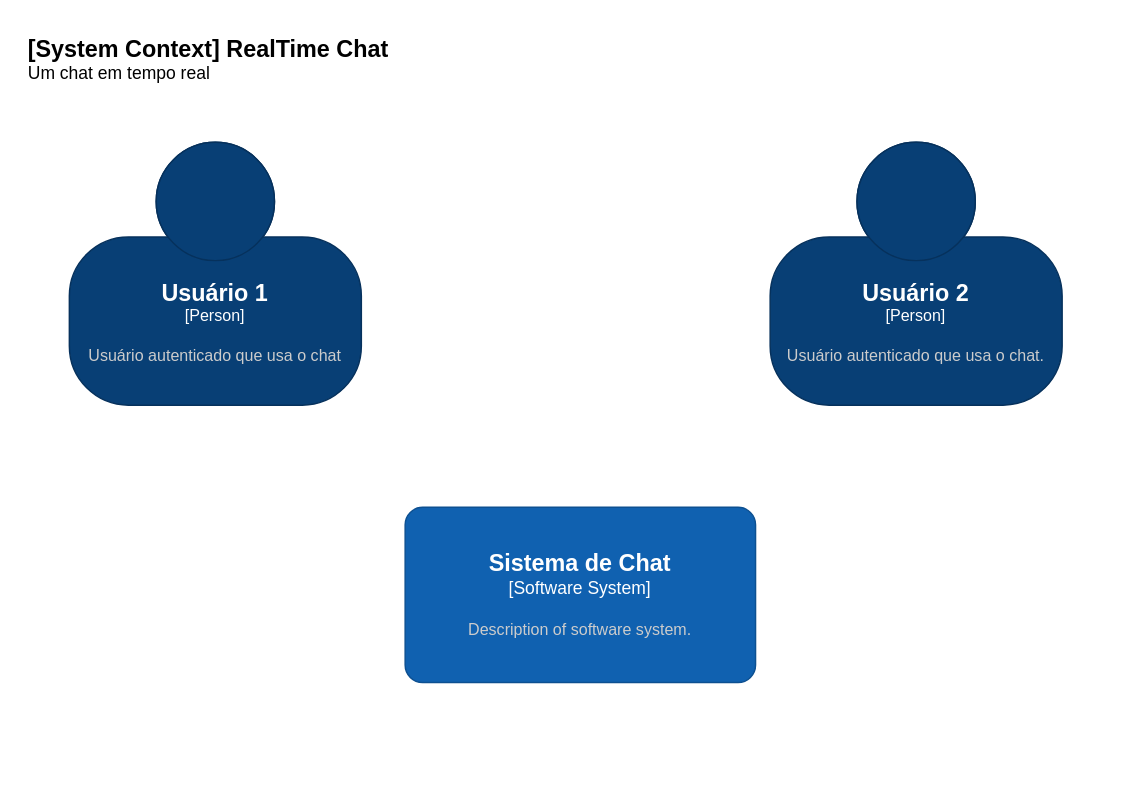
Above: C4model.drawio in gabrielcamurcab/pos-arq-soft (draw.io), before the change. Source tidied: cells renumbered, new cells numbered last; positions are measured from the earlier drawing's top-left corner, leaving out a move shared by most shapes. Both pictures are drawn from the tidied source at 146%, with x=0, y=0 at pixel (25, 25).
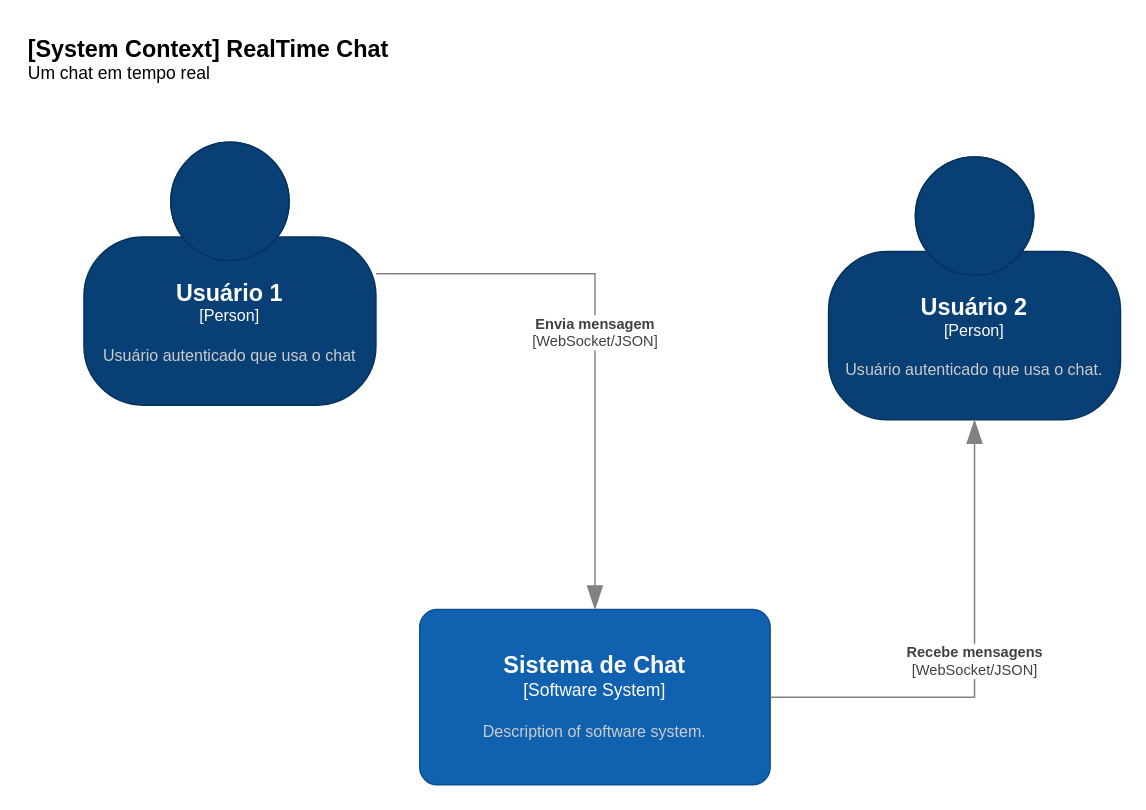
The same page after the edit.

The edit, as a diff of the source:
```diff
@@
 <mxGraphModel>
   <root>
     <mxCell id="0" />
     <mxCell id="1" parent="0" />
     <object id="2" label="&lt;font style=&quot;font-size: 16px&quot;&gt;&lt;b&gt;&lt;div style=&quot;text-align: left&quot;&gt;%c4Name%&lt;/div&gt;&lt;/b&gt;&lt;/font&gt;&lt;div style=&quot;text-align: left&quot;&gt;%c4Description%&lt;/div&gt;" c4Description="Um chat em tempo real" c4Name="[System Context] RealTime Chat" placeholders="1">
       <mxCell style="text;html=1;strokeColor=none;fillColor=none;align=left;verticalAlign=top;whiteSpace=wrap;rounded=0;" parent="1" vertex="1">
         <mxGeometry width="260" height="40" as="geometry" />
       </mxCell>
     </object>
     <object id="3" label="&lt;font style=&quot;font-size: 16px&quot;&gt;&lt;b&gt;%c4Name%&lt;/b&gt;&lt;/font&gt;&lt;div&gt;[%c4Type%]&lt;/div&gt;&lt;br&gt;&lt;div&gt;&lt;font style=&quot;font-size: 11px&quot;&gt;&lt;font color=&quot;#cccccc&quot;&gt;%c4Description%&lt;/font&gt;&lt;/div&gt;" c4Description="Description of software system." c4Name="Sistema de Chat" c4Type="Software System" placeholders="1">
       <mxCell style="rounded=1;whiteSpace=wrap;html=1;labelBackgroundColor=none;fillColor=#1061B0;fontColor=#ffffff;align=center;arcSize=10;strokeColor=#0D5091;points=[[0.25,0,0],[0.5,0,0],[0.75,0,0],[1,0.25,0],[1,0.5,0],[1,0.75,0],[0.75,1,0],[0.5,1,0],[0.25,1,0],[0,0.75,0],[0,0.5,0],[0,0.25,0]];" parent="1" vertex="1">
-        <mxGeometry x="260" y="330" width="240" height="120" as="geometry" />
+        <mxGeometry x="270" y="400" width="240" height="120" as="geometry" />
       </mxCell>
     </object>
     <object id="4" label="&lt;font style=&quot;font-size: 16px&quot;&gt;&lt;b&gt;%c4Name%&lt;/b&gt;&lt;/font&gt;&lt;div&gt;[%c4Type%]&lt;/div&gt;&lt;br&gt;&lt;div&gt;&lt;font style=&quot;font-size: 11px&quot;&gt;&lt;font color=&quot;#cccccc&quot;&gt;%c4Description%&lt;/font&gt;&lt;/div&gt;" c4Description="Usuário autenticado que usa o chat" c4Name="Usuário 1" c4Type="Person" placeholders="1">
       <mxCell style="html=1;fontSize=11;dashed=0;whiteSpace=wrap;fillColor=#083F75;strokeColor=#06315C;fontColor=#ffffff;shape=mxgraph.c4.person2;align=center;points=[[0.5,0,0],[1,0.5,0],[1,0.75,0],[0.75,1,0],[0.5,1,0],[0.25,1,0],[0,0.75,0],[0,0.5,0]];" parent="1" vertex="1">
-        <mxGeometry x="30" y="80" width="200" height="180" as="geometry" />
+        <mxGeometry x="40" y="80" width="200" height="180" as="geometry" />
       </mxCell>
     </object>
     <object id="5" label="&lt;font style=&quot;font-size: 16px&quot;&gt;&lt;b&gt;%c4Name%&lt;/b&gt;&lt;/font&gt;&lt;div&gt;[%c4Type%]&lt;/div&gt;&lt;br&gt;&lt;div&gt;&lt;font style=&quot;font-size: 11px&quot;&gt;&lt;font color=&quot;#cccccc&quot;&gt;%c4Description%&lt;/font&gt;&lt;/div&gt;" c4Description="Usuário autenticado que usa o chat." c4Name="Usuário 2" c4Type="Person" placeholders="1">
       <mxCell style="html=1;fontSize=11;dashed=0;whiteSpace=wrap;fillColor=#083F75;strokeColor=#06315C;fontColor=#ffffff;shape=mxgraph.c4.person2;align=center;points=[[0.5,0,0],[1,0.5,0],[1,0.75,0],[0.75,1,0],[0.5,1,0],[0.25,1,0],[0,0.75,0],[0,0.5,0]];" parent="1" vertex="1">
-        <mxGeometry x="510" y="80" width="200" height="180" as="geometry" />
+        <mxGeometry x="550" y="90" width="200" height="180" as="geometry" />
       </mxCell>
     </object>
+    <object id="6" label="&lt;div style=&quot;text-align: left&quot;&gt;&lt;div style=&quot;text-align: center&quot;&gt;&lt;b&gt;%c4Description%&lt;/b&gt;&lt;/div&gt;&lt;div style=&quot;text-align: center&quot;&gt;[%c4Technology%]&lt;/div&gt;&lt;/div&gt;" c4Description="Envia mensagem" c4Technology="WebSocket/JSON" placeholders="1">
+      <mxCell style="endArrow=blockThin;html=1;fontSize=10;fontColor=#404040;strokeWidth=1;endFill=1;strokeColor=#828282;elbow=vertical;endSize=14;startSize=14;jumpStyle=arc;jumpSize=16;rounded=0;edgeStyle=orthogonalEdgeStyle;" parent="1" edge="1" source="4" target="3">
+        <mxGeometry relative="1" as="geometry" />
+      </mxCell>
+    </object>
+    <object id="7" label="&lt;div style=&quot;text-align: left&quot;&gt;&lt;div style=&quot;text-align: center&quot;&gt;&lt;b&gt;%c4Description%&lt;/b&gt;&lt;/div&gt;&lt;div style=&quot;text-align: center&quot;&gt;[%c4Technology%]&lt;/div&gt;&lt;/div&gt;" c4Description="Recebe mensagens" c4Technology="WebSocket/JSON" placeholders="1">
+      <mxCell style="endArrow=blockThin;html=1;fontSize=10;fontColor=#404040;strokeWidth=1;endFill=1;strokeColor=#828282;elbow=vertical;endSize=14;startSize=14;jumpStyle=arc;jumpSize=16;rounded=0;edgeStyle=orthogonalEdgeStyle;" parent="1" edge="1" source="3" target="5">
+        <mxGeometry relative="1" as="geometry" />
+      </mxCell>
+    </object>
   </root>
 </mxGraphModel>
```
